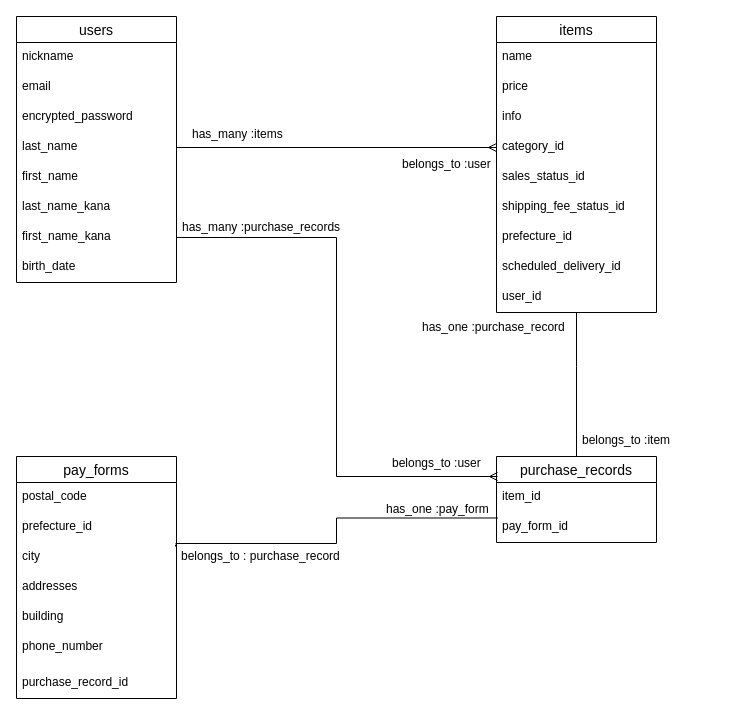
Earlier version of the draw.io diagram README.dio (kazuki-mura/furima-35491). Source tidied: cells renumbered, new cells numbered last; positions are measured from the earlier drawing's top-left corner, leaving out a move shared by most shapes. Both pictures are drawn from the tidied source at 100%, with x=0, y=0 at pixel (16, 16).
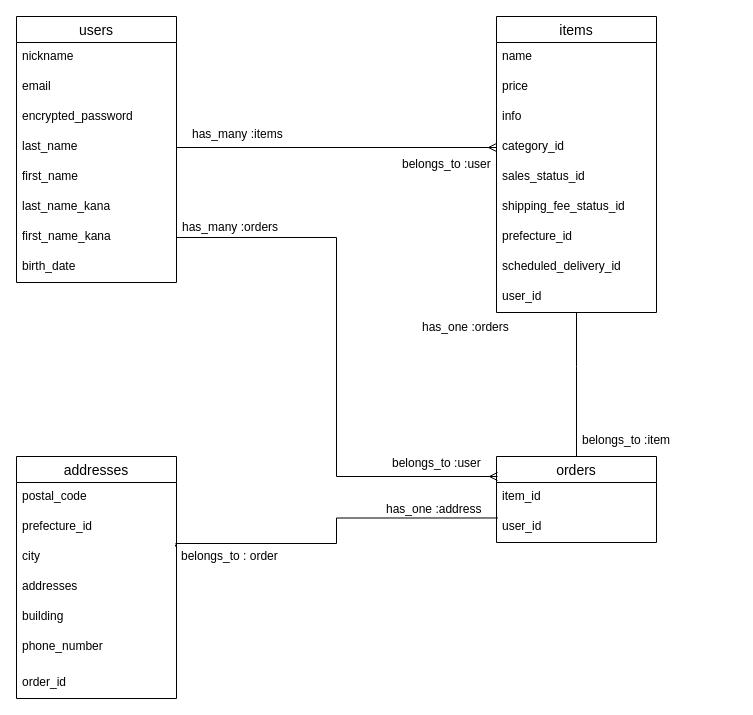
The same diagram, later.

The edit, as a diff of the source:
```diff
@@
-    <mxCell id="21" value="purchase_records" style="swimlane;fontStyle=0;horizontal=1;startSize=26;align=center;fontSize=14;" parent="1" vertex="1">
+    <mxCell id="21" value="orders" style="swimlane;fontStyle=0;horizontal=1;startSize=26;align=center;fontSize=14;" parent="1" vertex="1">
       <mxGeometry x="480" y="440" width="160" height="86" as="geometry" />
     </mxCell>
@@
-    <mxCell id="23" value="pay_form_id" style="text;strokeColor=none;fillColor=none;spacingLeft=4;spacingRight=4;overflow=hidden;points=[[0,0.5],[1,0.5]];portConstraint=eastwest;fontSize=12;fontFamily=Helvetica;" parent="21" vertex="1">
+    <mxCell id="23" value="user_id" style="text;strokeColor=none;fillColor=none;spacingLeft=4;spacingRight=4;overflow=hidden;points=[[0,0.5],[1,0.5]];portConstraint=eastwest;fontSize=12;fontFamily=Helvetica;" parent="21" vertex="1">
       <mxGeometry y="56" width="160" height="30" as="geometry" />
     </mxCell>
@@
-    <mxCell id="27" value="pay_forms" style="swimlane;fontStyle=0;horizontal=1;startSize=26;align=center;fontSize=14;" parent="1" vertex="1">
+    <mxCell id="27" value="addresses" style="swimlane;fontStyle=0;horizontal=1;startSize=26;align=center;fontSize=14;" parent="1" vertex="1">
       <mxGeometry y="440" width="160" height="242" as="geometry" />
     </mxCell>
@@
-    <mxCell id="34" value="purchase_record_id" style="text;strokeColor=none;fillColor=none;spacingLeft=4;spacingRight=4;overflow=hidden;fontSize=12;fontFamily=Helvetica;" parent="27" vertex="1">
+    <mxCell id="34" value="order_id" style="text;strokeColor=none;fillColor=none;spacingLeft=4;spacingRight=4;overflow=hidden;fontSize=12;fontFamily=Helvetica;" parent="27" vertex="1">
       <mxGeometry y="212" width="160" height="30" as="geometry" />
     </mxCell>
@@
-    <mxCell id="37" value="has_many :purchase_records" style="text;strokeColor=none;fillColor=none;spacingLeft=4;spacingRight=4;overflow=hidden;fontSize=12;" parent="1" vertex="1">
+    <mxCell id="37" value="has_many :orders" style="text;strokeColor=none;fillColor=none;spacingLeft=4;spacingRight=4;overflow=hidden;fontSize=12;" parent="1" vertex="1">
       <mxGeometry x="160" y="197" width="170" height="30" as="geometry" />
     </mxCell>
@@
-    <mxCell id="39" value="has_one :purchase_record" style="text;strokeColor=none;fillColor=none;spacingLeft=4;spacingRight=4;overflow=hidden;fontSize=12;" parent="1" vertex="1">
+    <mxCell id="39" value="has_one :orders" style="text;strokeColor=none;fillColor=none;spacingLeft=4;spacingRight=4;overflow=hidden;fontSize=12;" parent="1" vertex="1">
       <mxGeometry x="400" y="297" width="160" height="30" as="geometry" />
     </mxCell>
@@
-    <mxCell id="42" value="belongs_to : purchase_record" style="text;strokeColor=none;fillColor=none;spacingLeft=4;spacingRight=4;overflow=hidden;fontSize=12;" parent="1" vertex="1">
+    <mxCell id="42" value="belongs_to : order" style="text;strokeColor=none;fillColor=none;spacingLeft=4;spacingRight=4;overflow=hidden;fontSize=12;" parent="1" vertex="1">
       <mxGeometry x="159" y="526" width="180" height="30" as="geometry" />
     </mxCell>
@@
-    <mxCell id="44" value="has_one :pay_form" style="text;strokeColor=none;fillColor=none;spacingLeft=4;spacingRight=4;overflow=hidden;fontSize=12;" parent="1" vertex="1">
+    <mxCell id="44" value="has_one :address" style="text;strokeColor=none;fillColor=none;spacingLeft=4;spacingRight=4;overflow=hidden;fontSize=12;" parent="1" vertex="1">
       <mxGeometry x="364" y="479" width="116" height="30" as="geometry" />
     </mxCell>
```
